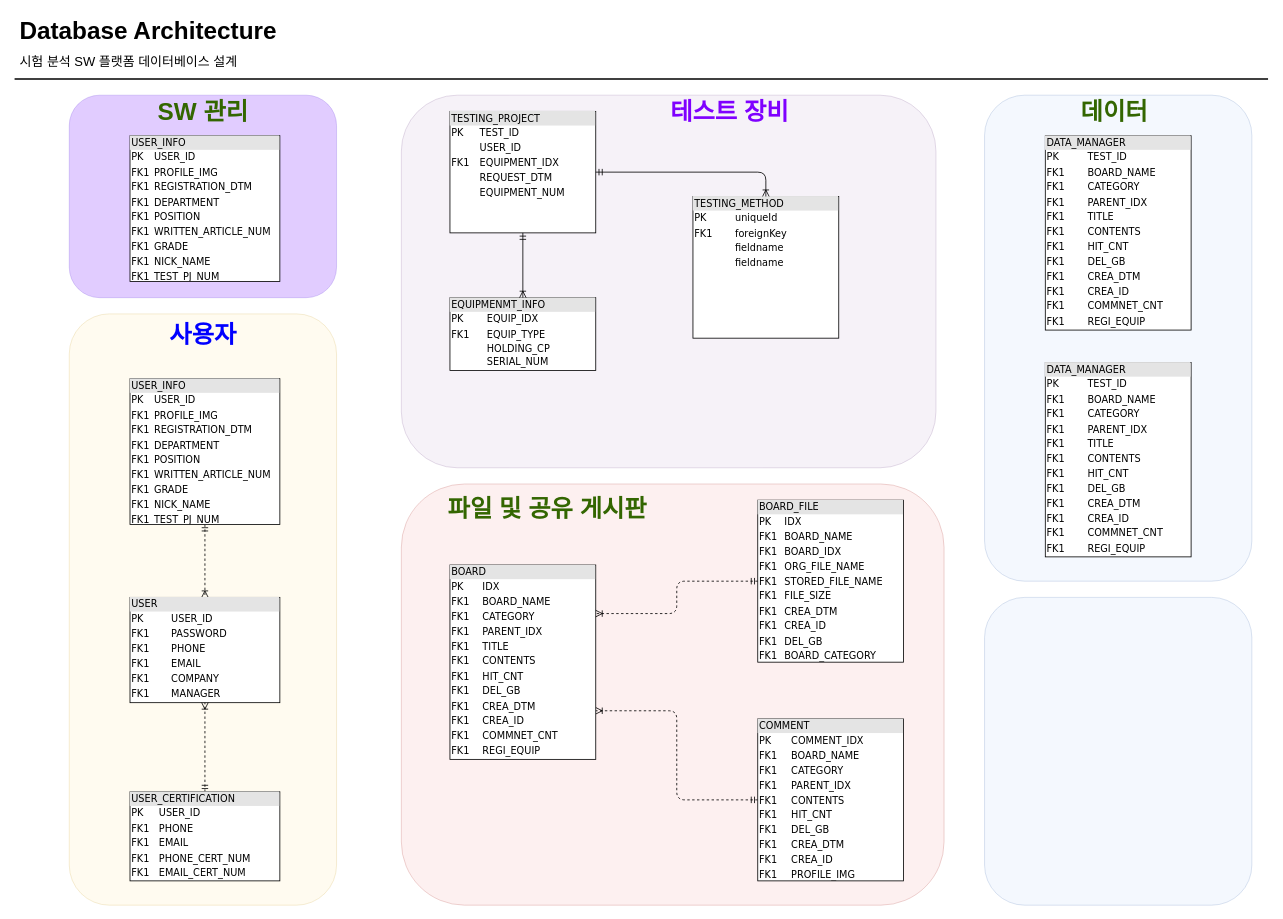
Earlier version of the draw.io diagram DB_architecture.drawio (penzance-jshan/test). Source tidied: cells renumbered, new cells numbered last; positions are measured from the earlier drawing's top-left corner, leaving out a move shared by most shapes. Both pictures are drawn from the tidied source at 81%, with x=0, y=0 at pixel (14, 14).
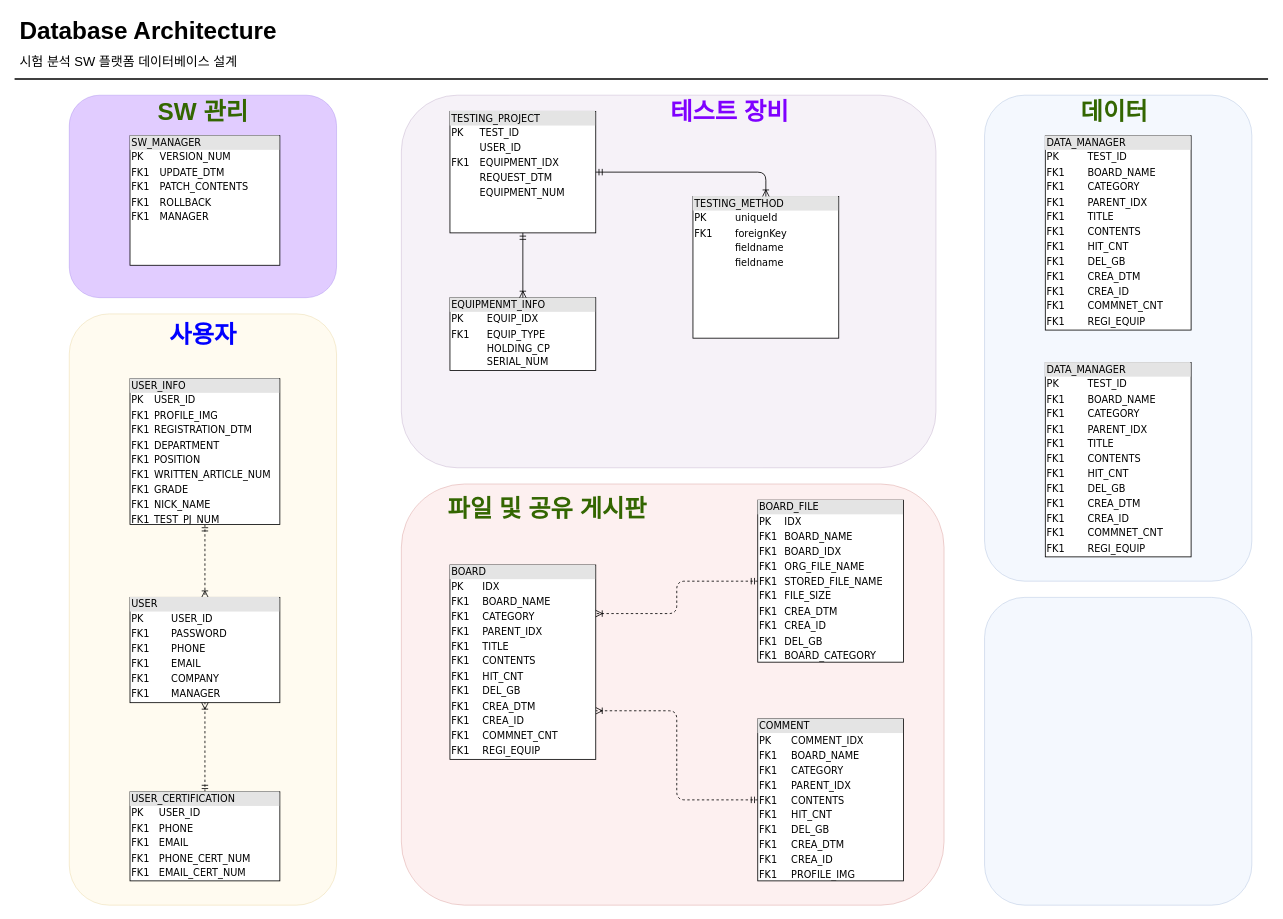
The same diagram, later.

The edit, as a diff of the source:
```diff
@@
-    <mxCell id="33" value="&lt;div style=&quot;box-sizing: border-box ; width: 100% ; background: #e4e4e4 ; padding: 2px&quot;&gt;USER_INFO&lt;br&gt;&lt;/div&gt;&lt;table style=&quot;width: 100% ; font-size: 1em&quot; cellpadding=&quot;2&quot; cellspacing=&quot;0&quot;&gt;&lt;tbody&gt;&lt;tr&gt;&lt;td&gt;PK&lt;/td&gt;&lt;td&gt;USER_ID&lt;/td&gt;&lt;/tr&gt;&lt;tr&gt;&lt;td&gt;FK1&lt;/td&gt;&lt;td&gt;PROFILE_IMG&lt;/td&gt;&lt;/tr&gt;&lt;tr&gt;&lt;td&gt;FK1&lt;/td&gt;&lt;td&gt;REGISTRATION_DTM&lt;/td&gt;&lt;/tr&gt;&lt;tr&gt;&lt;td&gt;FK1&lt;br&gt;&lt;/td&gt;&lt;td&gt;DEPARTMENT&lt;/td&gt;&lt;/tr&gt;&lt;tr&gt;&lt;td&gt;FK1&lt;br&gt;&lt;/td&gt;&lt;td&gt;POSITION&lt;br&gt;&lt;/td&gt;&lt;/tr&gt;&lt;tr&gt;&lt;td&gt;FK1&lt;br&gt;&lt;/td&gt;&lt;td&gt;WRITTEN_ARTICLE_NUM&lt;br&gt;&lt;/td&gt;&lt;/tr&gt;&lt;tr&gt;&lt;td&gt;FK1&lt;br&gt;&lt;/td&gt;&lt;td&gt;GRADE&lt;br&gt;&lt;/td&gt;&lt;/tr&gt;&lt;tr&gt;&lt;td&gt;FK1&lt;br&gt;&lt;/td&gt;&lt;td&gt;NICK_NAME&lt;/td&gt;&lt;/tr&gt;&lt;tr&gt;&lt;td&gt;FK1&lt;br&gt;&lt;/td&gt;&lt;td&gt;TEST_PJ_NUM&lt;/td&gt;&lt;/tr&gt;&lt;/tbody&gt;&lt;/table&gt;" style="verticalAlign=top;align=left;overflow=fill;html=1;rounded=0;shadow=0;comic=0;labelBackgroundColor=none;strokeWidth=1;fontFamily=Verdana;fontSize=12;" parent="1" vertex="1">
-      <mxGeometry x="143" y="150" width="185" height="180" as="geometry" />
+    <mxCell id="33" value="&lt;div style=&quot;box-sizing: border-box ; width: 100% ; background: #e4e4e4 ; padding: 2px&quot;&gt;SW_MANAGER&lt;/div&gt;&lt;table style=&quot;width: 100% ; font-size: 1em&quot; cellpadding=&quot;2&quot; cellspacing=&quot;0&quot;&gt;&lt;tbody&gt;&lt;tr&gt;&lt;td&gt;PK&lt;/td&gt;&lt;td&gt;VERSION_NUM&lt;/td&gt;&lt;/tr&gt;&lt;tr&gt;&lt;td&gt;FK1&lt;/td&gt;&lt;td&gt;UPDATE_DTM&lt;/td&gt;&lt;/tr&gt;&lt;tr&gt;&lt;td&gt;FK1&lt;/td&gt;&lt;td&gt;PATCH_CONTENTS&lt;/td&gt;&lt;/tr&gt;&lt;tr&gt;&lt;td&gt;FK1&lt;br&gt;&lt;/td&gt;&lt;td&gt;ROLLBACK&lt;/td&gt;&lt;/tr&gt;&lt;tr&gt;&lt;td&gt;FK1&lt;br&gt;&lt;/td&gt;&lt;td&gt;MANAGER&lt;br&gt;&lt;/td&gt;&lt;/tr&gt;&lt;/tbody&gt;&lt;/table&gt;" style="verticalAlign=top;align=left;overflow=fill;html=1;rounded=0;shadow=0;comic=0;labelBackgroundColor=none;strokeWidth=1;fontFamily=Verdana;fontSize=12;" parent="1" vertex="1">
+      <mxGeometry x="143" y="150" width="185" height="160" as="geometry" />
     </mxCell>
```
